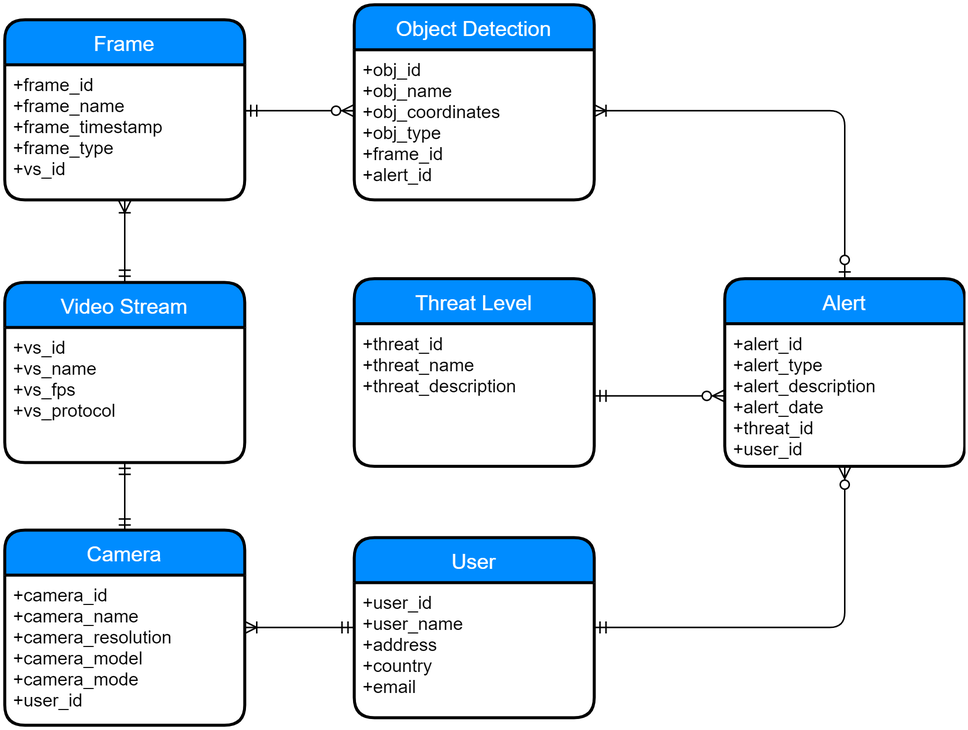
This is 2. Analysis/5. System Analysis/Database/database_analysis.png from esrg-silent-howl/argos, a draw.io export, as it was before one commit. Source tidied: cells renumbered, new cells last; positions are measured from the earlier drawing's top-left corner, leaving out a move shared by most shapes. Source of this version:
```xml
<mxGraphModel>
  <root>
    <mxCell id="0" />
    <mxCell id="1" parent="0" />
    <mxCell id="2" value="Object Detection" style="swimlane;horizontal=1;startSize=30;fillColor=#008cff;fontColor=#FFFFFF;rounded=1;fontSize=14;fontStyle=0;strokeWidth=2;shadow=0;dashed=0;align=center;" parent="1" vertex="1">
      <mxGeometry x="233" width="160" height="130" as="geometry" />
    </mxCell>
    <mxCell id="3" value="+obj_id&#10;+obj_name&#10;+obj_coordinates&#10;+obj_type&#10;+frame_id&#10;+alert_id" style="align=left;strokeColor=none;fillColor=none;spacingLeft=4;fontSize=12;verticalAlign=top;" parent="2" vertex="1">
      <mxGeometry y="30" width="160" height="100" as="geometry" />
    </mxCell>
    <mxCell id="4" style="edgeStyle=orthogonalEdgeStyle;rounded=0;jettySize=auto;html=1;exitX=1;exitY=0.5;exitDx=0;exitDy=0;entryX=0;entryY=0.335;entryDx=0;entryDy=0;entryPerimeter=0;startArrow=ERoneToMany;startFill=0;endArrow=ERmandOne;endFill=0;" parent="1" edge="1" source="5" target="12">
      <mxGeometry relative="1" as="geometry" />
    </mxCell>
    <mxCell id="5" value="Camera" style="swimlane;horizontal=1;startSize=30;fillColor=#008cff;fontColor=#FFFFFF;rounded=1;fontSize=14;fontStyle=0;strokeWidth=2;shadow=0;dashed=0;align=center;" parent="1" vertex="1">
      <mxGeometry y="350" width="160" height="130" as="geometry" />
    </mxCell>
    <mxCell id="6" value="+camera_id&#10;+camera_name&#10;+camera_resolution&#10;+camera_model&#10;+camera_mode&#10;+user_id" style="align=left;strokeColor=none;fillColor=none;spacingLeft=4;fontSize=12;verticalAlign=top;" parent="5" vertex="1">
      <mxGeometry y="30" width="160" height="100" as="geometry" />
    </mxCell>
    <mxCell id="7" style="edgeStyle=elbowEdgeStyle;rounded=1;jettySize=auto;html=1;startArrow=ERmandOne;startFill=0;endArrow=ERzeroToMany;endFill=1;exitX=1.002;exitY=0.344;exitDx=0;exitDy=0;entryX=0.002;entryY=0.411;entryDx=0;entryDy=0;exitPerimeter=0;entryPerimeter=0;" parent="1" edge="1" source="9" target="3">
      <mxGeometry relative="1" as="geometry" />
    </mxCell>
    <mxCell id="8" value="Frame" style="swimlane;horizontal=1;startSize=30;fillColor=#008cff;fontColor=#FFFFFF;rounded=1;fontSize=14;fontStyle=0;strokeWidth=2;shadow=0;dashed=0;align=center;" parent="1" vertex="1">
      <mxGeometry y="10" width="160" height="120" as="geometry" />
    </mxCell>
    <mxCell id="9" value="+frame_id&#10;+frame_name&#10;+frame_timestamp&#10;+frame_type&#10;+vs_id" style="align=left;strokeColor=none;fillColor=none;spacingLeft=4;fontSize=12;verticalAlign=top;" parent="8" vertex="1">
      <mxGeometry y="30" width="160" height="90" as="geometry" />
    </mxCell>
    <mxCell id="10" style="edgeStyle=orthogonalEdgeStyle;rounded=1;jettySize=auto;html=1;exitX=1;exitY=0.5;exitDx=0;exitDy=0;entryX=0.5;entryY=1;entryDx=0;entryDy=0;startArrow=ERmandOne;startFill=0;endArrow=ERzeroToMany;endFill=1;fontColor=#FF3333;" parent="1" edge="1" source="11" target="15">
      <mxGeometry relative="1" as="geometry">
        <Array as="points">
          <mxPoint x="560" y="415" />
        </Array>
      </mxGeometry>
    </mxCell>
    <mxCell id="11" value="User" style="swimlane;horizontal=1;startSize=30;fillColor=#008cff;fontColor=#FFFFFF;rounded=1;fontSize=14;fontStyle=0;strokeWidth=2;shadow=0;dashed=0;align=center;" parent="1" vertex="1">
      <mxGeometry x="233" y="355" width="160" height="120" as="geometry" />
    </mxCell>
    <mxCell id="12" value="+user_id&#10;+user_name&#10;+address&#10;+country&#10;+email" style="align=left;strokeColor=none;fillColor=none;spacingLeft=4;fontSize=12;verticalAlign=top;" parent="11" vertex="1">
      <mxGeometry y="30" width="160" height="90" as="geometry" />
    </mxCell>
    <mxCell id="13" style="edgeStyle=orthogonalEdgeStyle;rounded=1;jettySize=auto;html=1;exitX=0.5;exitY=0;exitDx=0;exitDy=0;entryX=0.999;entryY=0.409;entryDx=0;entryDy=0;startArrow=ERzeroToOne;startFill=1;endArrow=ERoneToMany;endFill=0;fontColor=#FF3333;entryPerimeter=0;" parent="1" edge="1" source="14" target="3">
      <mxGeometry relative="1" as="geometry">
        <Array as="points">
          <mxPoint x="560" y="71" />
        </Array>
      </mxGeometry>
    </mxCell>
    <mxCell id="14" value="Alert" style="swimlane;horizontal=1;startSize=30;fillColor=#008cff;fontColor=#FFFFFF;rounded=1;fontSize=14;fontStyle=0;strokeWidth=2;shadow=0;dashed=0;align=center;" parent="1" vertex="1">
      <mxGeometry x="480" y="182.5" width="160" height="125" as="geometry" />
    </mxCell>
    <mxCell id="15" value="+alert_id&#10;+alert_type&#10;+alert_description&#10;+alert_date&#10;+threat_id&#10;+user_id" style="align=left;strokeColor=none;fillColor=none;spacingLeft=4;fontSize=12;verticalAlign=top;" parent="14" vertex="1">
      <mxGeometry y="30" width="160" height="95" as="geometry" />
    </mxCell>
    <mxCell id="16" value="Threat Level" style="swimlane;horizontal=1;startSize=30;fillColor=#008cff;fontColor=#FFFFFF;rounded=1;fontSize=14;fontStyle=0;strokeWidth=2;shadow=0;dashed=0;align=center;" parent="1" vertex="1">
      <mxGeometry x="233" y="182.5" width="160" height="125" as="geometry" />
    </mxCell>
    <mxCell id="17" value="+threat_id&#10;+threat_name&#10;+threat_description" style="align=left;strokeColor=none;fillColor=none;spacingLeft=4;fontSize=12;verticalAlign=top;" parent="16" vertex="1">
      <mxGeometry y="30" width="160" height="95" as="geometry" />
    </mxCell>
    <mxCell id="18" style="edgeStyle=orthogonalEdgeStyle;rounded=0;jettySize=auto;html=1;exitX=0.5;exitY=0;exitDx=0;exitDy=0;entryX=0.5;entryY=1;entryDx=0;entryDy=0;startArrow=ERmandOne;startFill=0;endArrow=ERoneToMany;endFill=0;" parent="1" edge="1" source="19" target="9">
      <mxGeometry relative="1" as="geometry" />
    </mxCell>
    <mxCell id="19" value="Video Stream" style="swimlane;horizontal=1;startSize=30;fillColor=#008cff;fontColor=#FFFFFF;rounded=1;fontSize=14;fontStyle=0;strokeWidth=2;shadow=0;dashed=0;align=center;" parent="1" vertex="1">
      <mxGeometry y="185" width="160" height="120" as="geometry" />
    </mxCell>
    <mxCell id="20" value="+vs_id&#10;+vs_name&#10;+vs_fps&#10;+vs_protocol" style="align=left;strokeColor=none;fillColor=none;spacingLeft=4;fontSize=12;verticalAlign=top;" parent="19" vertex="1">
      <mxGeometry y="30" width="160" height="90" as="geometry" />
    </mxCell>
    <mxCell id="21" style="edgeStyle=orthogonalEdgeStyle;rounded=0;jettySize=auto;html=1;exitX=0.5;exitY=1;exitDx=0;exitDy=0;entryX=0.5;entryY=0;entryDx=0;entryDy=0;startArrow=ERmandOne;startFill=0;endArrow=ERmandOne;endFill=0;" parent="1" edge="1" source="20" target="5">
      <mxGeometry relative="1" as="geometry" />
    </mxCell>
    <mxCell id="22" style="edgeStyle=orthogonalEdgeStyle;rounded=1;jettySize=auto;html=1;exitX=1;exitY=0.5;exitDx=0;exitDy=0;entryX=0;entryY=0.5;entryDx=0;entryDy=0;startArrow=ERmandOne;startFill=0;endArrow=ERzeroToMany;endFill=1;fontColor=#FF3333;" parent="1" edge="1" source="17" target="15">
      <mxGeometry relative="1" as="geometry" />
    </mxCell>
  </root>
</mxGraphModel>
```
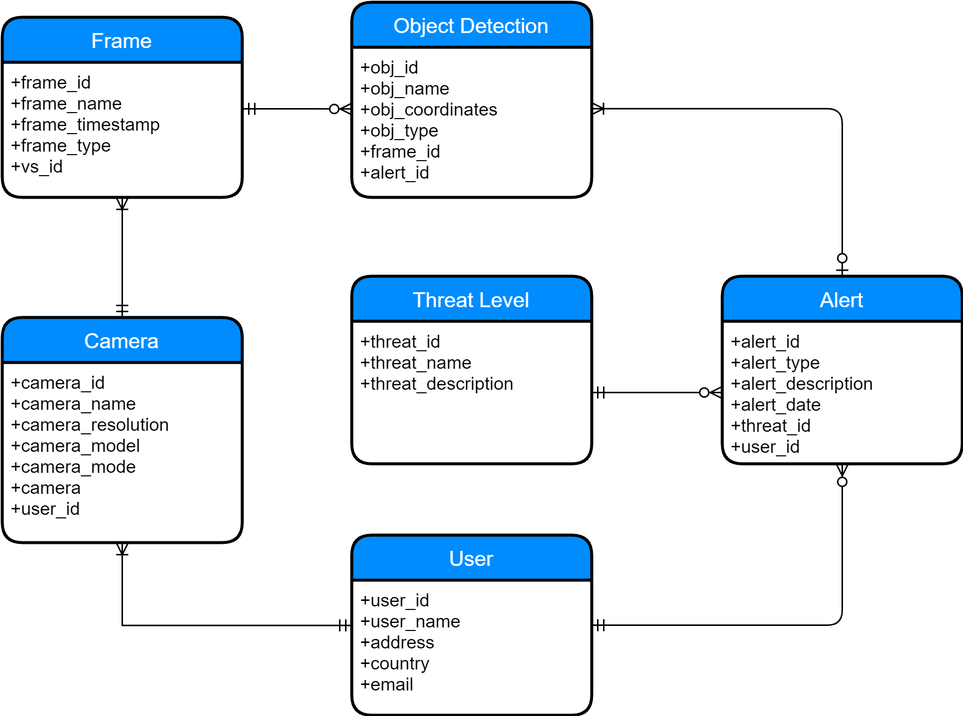
Above is the later version.

Commit message:
UPDT: Removed video frames from the ER diagram

The edit, as a diff of the source:
```diff
@@ -8,14 +8,18 @@
     <mxCell id="3" value="+obj_id&#10;+obj_name&#10;+obj_coordinates&#10;+obj_type&#10;+frame_id&#10;+alert_id" style="align=left;strokeColor=none;fillColor=none;spacingLeft=4;fontSize=12;verticalAlign=top;" parent="2" vertex="1">
       <mxGeometry y="30" width="160" height="100" as="geometry" />
     </mxCell>
-    <mxCell id="4" style="edgeStyle=orthogonalEdgeStyle;rounded=0;jettySize=auto;html=1;exitX=1;exitY=0.5;exitDx=0;exitDy=0;entryX=0;entryY=0.335;entryDx=0;entryDy=0;entryPerimeter=0;startArrow=ERoneToMany;startFill=0;endArrow=ERmandOne;endFill=0;" parent="1" edge="1" source="5" target="12">
-      <mxGeometry relative="1" as="geometry" />
+    <mxCell id="4" style="edgeStyle=orthogonalEdgeStyle;rounded=0;jettySize=auto;html=1;exitX=0.5;exitY=1;exitDx=0;exitDy=0;entryX=0;entryY=0.335;entryDx=0;entryDy=0;entryPerimeter=0;startArrow=ERoneToMany;startFill=0;endArrow=ERmandOne;endFill=0;" parent="1" edge="1" source="6" target="12">
+      <mxGeometry relative="1" as="geometry">
+        <Array as="points">
+          <mxPoint x="80" y="415" />
+        </Array>
+      </mxGeometry>
     </mxCell>
     <mxCell id="5" value="Camera" style="swimlane;horizontal=1;startSize=30;fillColor=#008cff;fontColor=#FFFFFF;rounded=1;fontSize=14;fontStyle=0;strokeWidth=2;shadow=0;dashed=0;align=center;" parent="1" vertex="1">
-      <mxGeometry y="350" width="160" height="130" as="geometry" />
+      <mxGeometry y="210" width="160" height="150" as="geometry" />
     </mxCell>
-    <mxCell id="6" value="+camera_id&#10;+camera_name&#10;+camera_resolution&#10;+camera_model&#10;+camera_mode&#10;+user_id" style="align=left;strokeColor=none;fillColor=none;spacingLeft=4;fontSize=12;verticalAlign=top;" parent="5" vertex="1">
-      <mxGeometry y="30" width="160" height="100" as="geometry" />
+    <mxCell id="6" value="+camera_id&#10;+camera_name&#10;+camera_resolution&#10;+camera_model&#10;+camera_mode&#10;+camera&#10;+user_id" style="align=left;strokeColor=none;fillColor=none;spacingLeft=4;fontSize=12;verticalAlign=top;" parent="5" vertex="1">
+      <mxGeometry y="30" width="160" height="120" as="geometry" />
     </mxCell>
     <mxCell id="7" style="edgeStyle=elbowEdgeStyle;rounded=1;jettySize=auto;html=1;startArrow=ERmandOne;startFill=0;endArrow=ERzeroToMany;endFill=1;exitX=1.002;exitY=0.344;exitDx=0;exitDy=0;entryX=0.002;entryY=0.411;entryDx=0;entryDy=0;exitPerimeter=0;entryPerimeter=0;" parent="1" edge="1" source="9" target="3">
       <mxGeometry relative="1" as="geometry" />
@@ -58,18 +62,9 @@
     <mxCell id="17" value="+threat_id&#10;+threat_name&#10;+threat_description" style="align=left;strokeColor=none;fillColor=none;spacingLeft=4;fontSize=12;verticalAlign=top;" parent="16" vertex="1">
       <mxGeometry y="30" width="160" height="95" as="geometry" />
     </mxCell>
-    <mxCell id="18" style="edgeStyle=orthogonalEdgeStyle;rounded=0;jettySize=auto;html=1;exitX=0.5;exitY=0;exitDx=0;exitDy=0;entryX=0.5;entryY=1;entryDx=0;entryDy=0;startArrow=ERmandOne;startFill=0;endArrow=ERoneToMany;endFill=0;" parent="1" edge="1" source="19" target="9">
+    <mxCell id="18" style="edgeStyle=orthogonalEdgeStyle;rounded=0;jettySize=auto;html=1;exitX=0.5;exitY=0;exitDx=0;exitDy=0;entryX=0.5;entryY=1;entryDx=0;entryDy=0;startArrow=ERmandOne;startFill=0;endArrow=ERoneToMany;endFill=0;" parent="1" edge="1" source="5" target="9">
       <mxGeometry relative="1" as="geometry" />
     </mxCell>
-    <mxCell id="19" value="Video Stream" style="swimlane;horizontal=1;startSize=30;fillColor=#008cff;fontColor=#FFFFFF;rounded=1;fontSize=14;fontStyle=0;strokeWidth=2;shadow=0;dashed=0;align=center;" parent="1" vertex="1">
-      <mxGeometry y="185" width="160" height="120" as="geometry" />
-    </mxCell>
-    <mxCell id="20" value="+vs_id&#10;+vs_name&#10;+vs_fps&#10;+vs_protocol" style="align=left;strokeColor=none;fillColor=none;spacingLeft=4;fontSize=12;verticalAlign=top;" parent="19" vertex="1">
-      <mxGeometry y="30" width="160" height="90" as="geometry" />
-    </mxCell>
-    <mxCell id="21" style="edgeStyle=orthogonalEdgeStyle;rounded=0;jettySize=auto;html=1;exitX=0.5;exitY=1;exitDx=0;exitDy=0;entryX=0.5;entryY=0;entryDx=0;entryDy=0;startArrow=ERmandOne;startFill=0;endArrow=ERmandOne;endFill=0;" parent="1" edge="1" source="20" target="5">
-      <mxGeometry relative="1" as="geometry" />
-    </mxCell>
     <mxCell id="22" style="edgeStyle=orthogonalEdgeStyle;rounded=1;jettySize=auto;html=1;exitX=1;exitY=0.5;exitDx=0;exitDy=0;entryX=0;entryY=0.5;entryDx=0;entryDy=0;startArrow=ERmandOne;startFill=0;endArrow=ERzeroToMany;endFill=1;fontColor=#FF3333;" parent="1" edge="1" source="17" target="15">
       <mxGeometry relative="1" as="geometry" />
     </mxCell>
```
